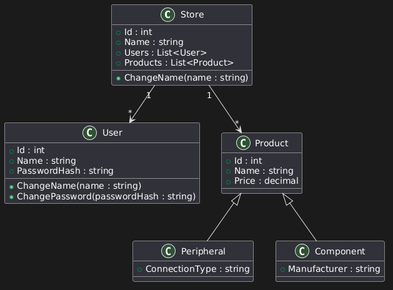
Before: assets/ClassDiagram.png, a diagram exported from PlantUML (6970706f/TechStock). The source it was exported from:
```plantuml
@startuml
class Store
    {
        +Id : int
        +Name : string
        +Users : List<User>
        +Products : List<Product>

        +ChangeName(name : string)
    }

    class User
    {
        +Id : int
        +Name : string
        +PasswordHash : string

        +ChangeName(name : string)
        +ChangePassword(passwordHash : string)
    }

    class Product
    {
        +Id : int
        +Name : string
        +Price : decimal
    }

    class Peripheral
    {
        +ConnectionType : string
    }

    class Component
    {
        +Manufacturer : string
    }

    Product <|-- Peripheral
    Product <|-- Component

    Store "1" --> "*" User
    Store "1" --> "*" Product
@enduml
```
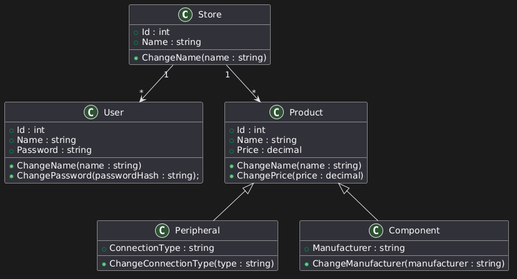
After the change.

What changed in the source:
```diff
@@ -3,8 +3,6 @@
     {
         +Id : int
         +Name : string
-        +Users : List<User>
-        +Products : List<Product>
 
         +ChangeName(name : string)
     }
@@ -13,10 +11,10 @@
     {
         +Id : int
         +Name : string
-        +PasswordHash : string
+        +Password : string
 
         +ChangeName(name : string)
-        +ChangePassword(passwordHash : string)
+        +ChangePassword(passwordHash : string);
     }
 
     class Product
@@ -24,16 +22,23 @@
         +Id : int
         +Name : string
         +Price : decimal
+
+        +ChangeName(name : string)
+        +ChangePrice(price : decimal)
     }
 
     class Peripheral
     {
         +ConnectionType : string
+
+        +ChangeConnectionType(type : string)
     }
 
     class Component
     {
         +Manufacturer : string
+
+        +ChangeManufacturer(manufacturer : string)
     }
 
     Product <|-- Peripheral
```
